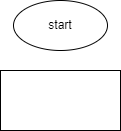
Before: task003/diagram.drawio.png, a diagram exported from draw.io (dilyaK/PracticeGB). Source tidied: cells renumbered, new cells last; positions are measured from the earlier drawing's top-left corner, leaving out a move shared by most shapes.
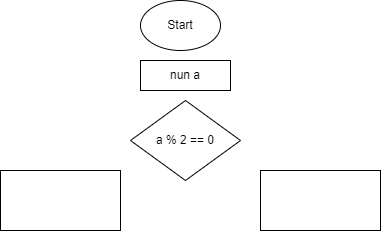
Above is the later version.

What changed in the source:
```diff
@@ -2,11 +2,20 @@
   <root>
     <mxCell id="0" />
     <mxCell id="1" parent="0" />
-    <mxCell id="2" value="start&lt;br&gt;" style="ellipse;whiteSpace=wrap;html=1;" parent="1" vertex="1">
-      <mxGeometry x="13" width="94" height="50" as="geometry" />
+    <mxCell id="2" value="Start" style="ellipse;whiteSpace=wrap;html=1;" parent="1" vertex="1">
+      <mxGeometry x="43" y="-10" width="80" height="50" as="geometry" />
     </mxCell>
-    <mxCell id="3" style="rounded=0;whiteSpace=wrap;html=1;" parent="1" vertex="1">
-      <mxGeometry y="70" width="120" height="60" as="geometry" />
+    <mxCell id="3" value="nun a" style="rounded=0;whiteSpace=wrap;html=1;" parent="1" vertex="1">
+      <mxGeometry x="43" y="50" width="90" height="30" as="geometry" />
     </mxCell>
+    <mxCell id="4" value="a % 2 == 0" style="rhombus;whiteSpace=wrap;html=1;" parent="1" vertex="1">
+      <mxGeometry x="33" y="90" width="110" height="80" as="geometry" />
+    </mxCell>
+    <mxCell id="5" style="rounded=0;whiteSpace=wrap;html=1;" parent="1" vertex="1">
+      <mxGeometry x="163" y="160" width="120" height="60" as="geometry" />
+    </mxCell>
+    <mxCell id="6" style="rounded=0;whiteSpace=wrap;html=1;" parent="1" vertex="1">
+      <mxGeometry x="-97" y="160" width="120" height="60" as="geometry" />
+    </mxCell>
   </root>
 </mxGraphModel>
```
